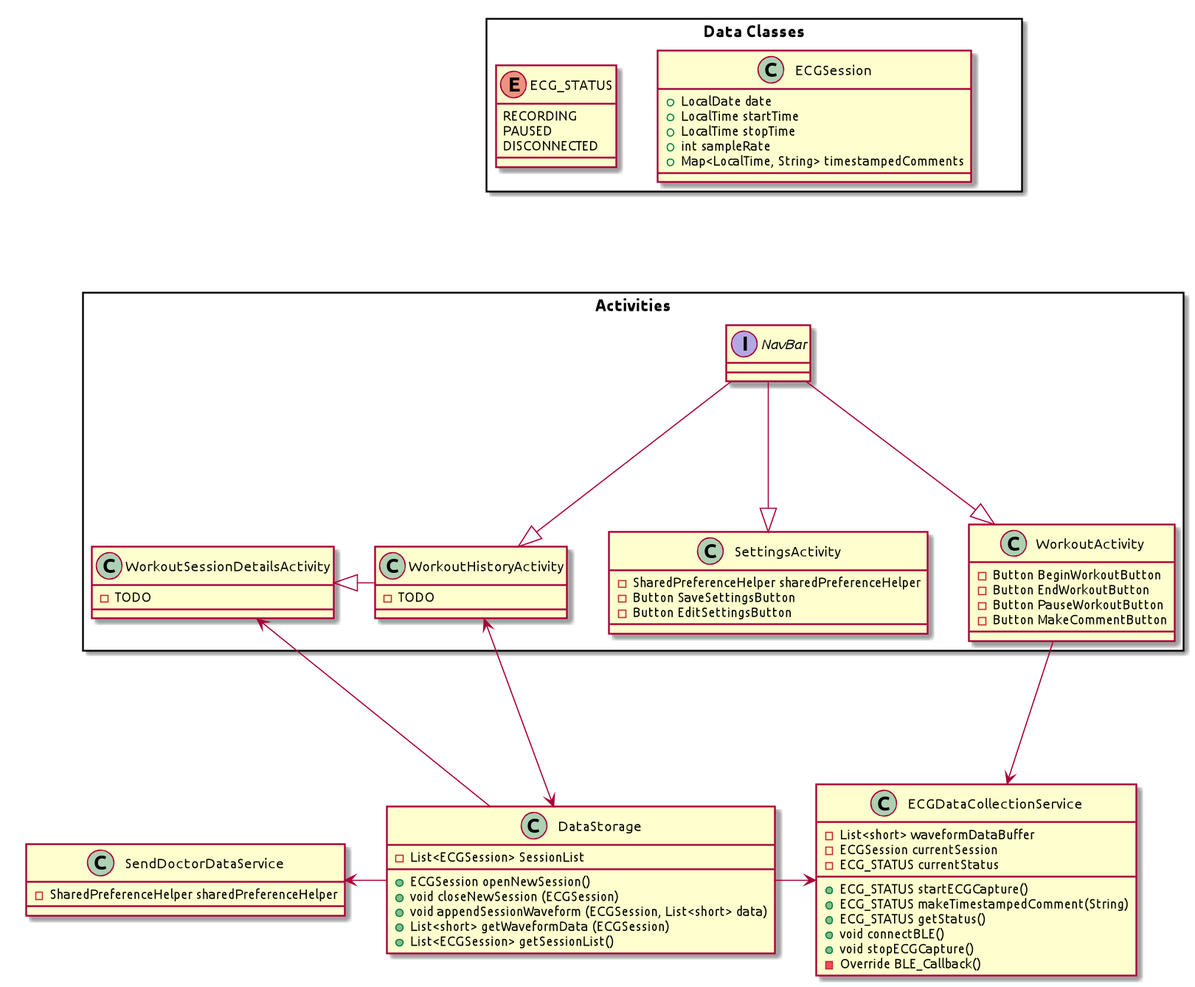
Above: Class_UML.png in Jamie-uni/ECG-ELEC390 (PlantUML), before the change.
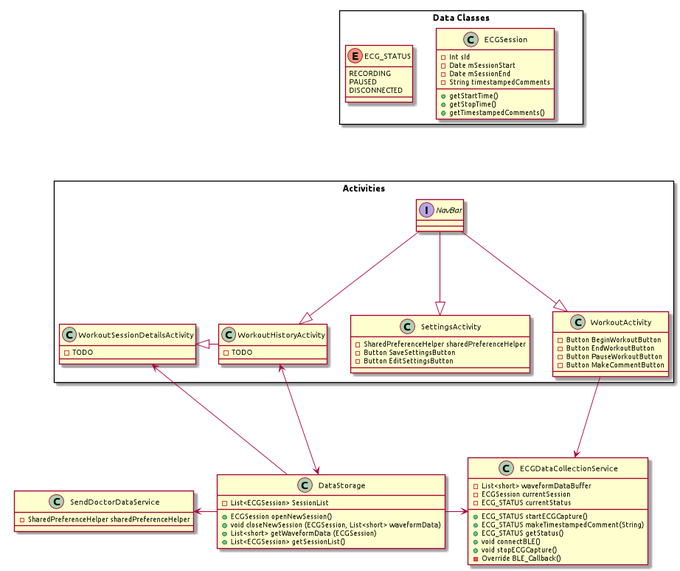
Above is the later version.

Diff of the diagram source:
```diff
@@ -38,8 +38,7 @@
 
     class DataStorage{
         + ECGSession openNewSession()
-        + void closeNewSession (ECGSession)
-        + void appendSessionWaveform (ECGSession, List<short> data)
+        + void closeNewSession (ECGSession, List<short> waveformData)
         + List<short> getWaveformData (ECGSession)
         + List<ECGSession> getSessionList()
 
@@ -54,11 +53,13 @@
 }
 package "Data Classes" <<rectangle>>{
     class ECGSession{
-        + LocalDate date
-        + LocalTime startTime
-        + LocalTime stopTime
-        + int sampleRate
-        + Map<LocalTime, String> timestampedComments
+        - Int sId
+        - Date mSessionStart
+        - Date mSessionEnd
+        - String timestampedComments
+        + getStartTime()
+        + getStopTime()
+        + getTimestampedComments()
     }
 
     Enum ECG_STATUS {
```
